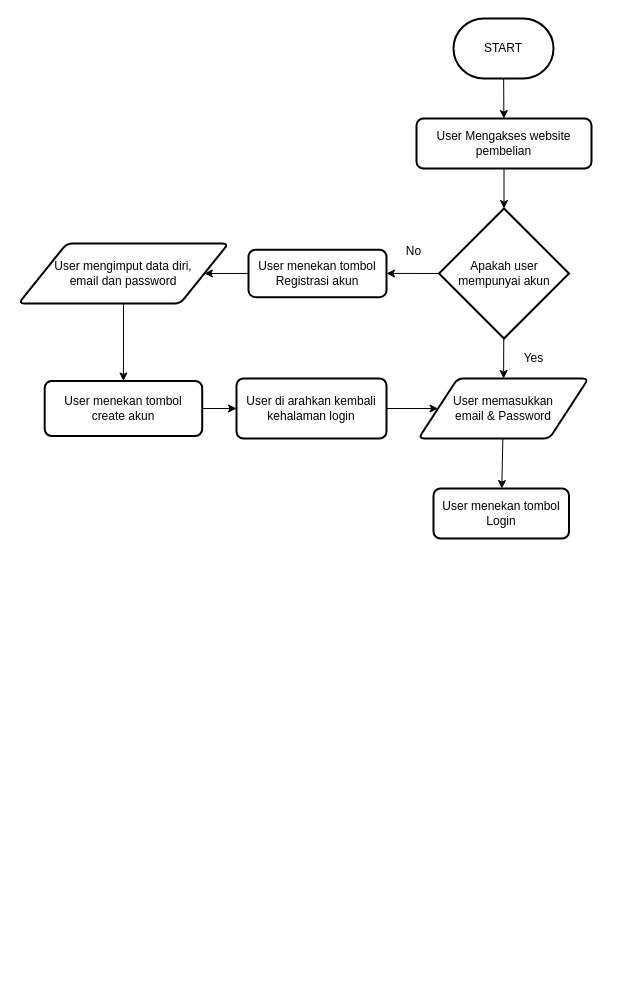
The draw.io diagram flowchart.drawio in bintangmesir/bintang_mesir-proses_order_makanan_online, before the edit. Source tidied: cells renumbered, new cells numbered last; positions are measured from the earlier drawing's top-left corner, leaving out a move shared by most shapes. Both pictures are drawn from the tidied source at 100%, with x=0, y=0 at pixel (18, 18).
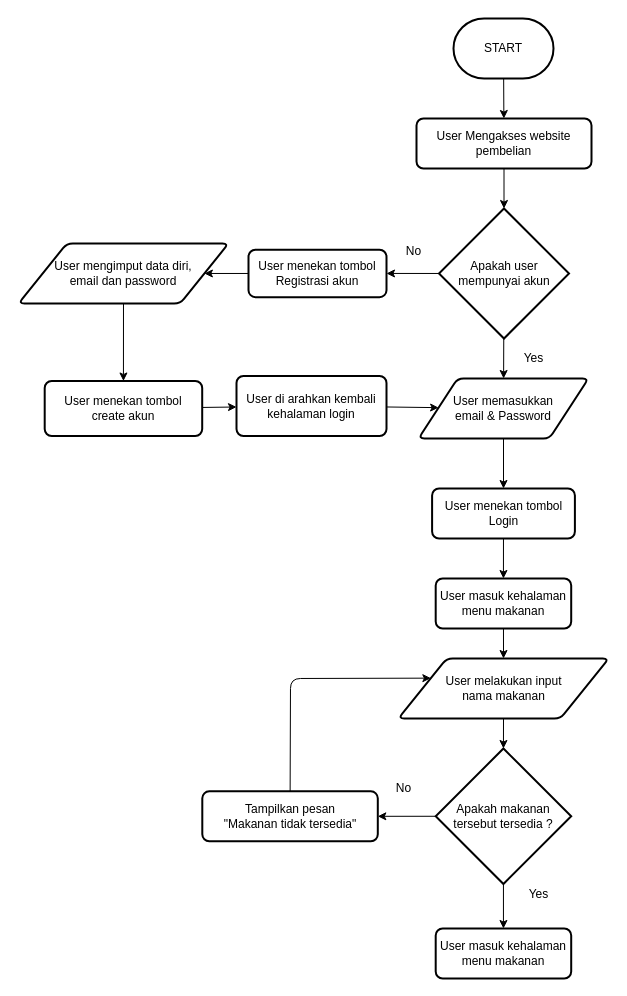
After the change.

Commit message:
add if condition for input food name on flowchart.drawio file

Diff of the diagram source:
```diff
@@
+    <mxCell id="22" style="edgeStyle=none;html=1;entryX=0.5;entryY=0;entryDx=0;entryDy=0;" parent="1" edge="1" source="15" target="24">
+      <mxGeometry relative="1" as="geometry" />
+    </mxCell>
     <mxCell id="15" value="User menekan tombol Login" style="rounded=1;whiteSpace=wrap;html=1;absoluteArcSize=1;arcSize=14;strokeWidth=2;" parent="1" vertex="1">
-      <mxGeometry x="415" y="470" width="135.5" height="50" as="geometry" />
+      <mxGeometry x="413.6" y="470" width="142.8" height="50" as="geometry" />
     </mxCell>
@@
     <mxCell id="21" value="&lt;span&gt;User di arahkan kembali kehalaman login&lt;/span&gt;" style="rounded=1;whiteSpace=wrap;html=1;absoluteArcSize=1;arcSize=14;strokeWidth=2;" parent="1" vertex="1">
-      <mxGeometry x="218" y="360" width="150" height="60" as="geometry" />
+      <mxGeometry x="218" y="357.5" width="150" height="60" as="geometry" />
     </mxCell>
+    <mxCell id="23" style="edgeStyle=none;html=1;" parent="1" edge="1" source="24" target="26">
+      <mxGeometry relative="1" as="geometry" />
+    </mxCell>
+    <mxCell id="24" value="User masuk kehalaman menu makanan" style="rounded=1;whiteSpace=wrap;html=1;absoluteArcSize=1;arcSize=14;strokeWidth=2;" parent="1" vertex="1">
+      <mxGeometry x="417.2" y="560" width="135.5" height="50" as="geometry" />
+    </mxCell>
+    <mxCell id="25" style="edgeStyle=none;html=1;entryX=0.5;entryY=0;entryDx=0;entryDy=0;entryPerimeter=0;" parent="1" edge="1" source="26" target="29">
+      <mxGeometry relative="1" as="geometry" />
+    </mxCell>
+    <mxCell id="26" value="User melakukan input &lt;br&gt;nama makanan" style="shape=parallelogram;html=1;strokeWidth=2;perimeter=parallelogramPerimeter;whiteSpace=wrap;rounded=1;arcSize=12;size=0.23;" parent="1" vertex="1">
+      <mxGeometry x="379.8" y="640" width="210.5" height="60" as="geometry" />
+    </mxCell>
+    <mxCell id="27" style="edgeStyle=none;html=1;" parent="1" edge="1" source="29" target="30">
+      <mxGeometry relative="1" as="geometry" />
+    </mxCell>
+    <mxCell id="28" style="edgeStyle=none;html=1;entryX=1;entryY=0.5;entryDx=0;entryDy=0;" parent="1" edge="1" source="29" target="32">
+      <mxGeometry relative="1" as="geometry" />
+    </mxCell>
+    <mxCell id="29" value="Apakah makanan&lt;br&gt;tersebut tersedia ?" style="strokeWidth=2;html=1;shape=mxgraph.flowchart.decision;whiteSpace=wrap;" parent="1" vertex="1">
+      <mxGeometry x="417.2" y="730" width="135.5" height="135.5" as="geometry" />
+    </mxCell>
+    <mxCell id="30" value="User masuk kehalaman menu makanan" style="rounded=1;whiteSpace=wrap;html=1;absoluteArcSize=1;arcSize=14;strokeWidth=2;" parent="1" vertex="1">
+      <mxGeometry x="417.2" y="910" width="135.5" height="50" as="geometry" />
+    </mxCell>
+    <mxCell id="31" style="edgeStyle=none;html=1;entryX=0;entryY=0.25;entryDx=0;entryDy=0;" parent="1" edge="1" source="32" target="26">
+      <mxGeometry relative="1" as="geometry">
+        <Array as="points">
+          <mxPoint x="272" y="660" />
+        </Array>
+      </mxGeometry>
+    </mxCell>
+    <mxCell id="32" value="Tampilkan pesan&lt;br&gt;&quot;Makanan tidak tersedia&quot;" style="rounded=1;whiteSpace=wrap;html=1;absoluteArcSize=1;arcSize=14;strokeWidth=2;" parent="1" vertex="1">
+      <mxGeometry x="183.8" y="772.8" width="175.5" height="50" as="geometry" />
+    </mxCell>
+    <mxCell id="33" value="No" style="text;html=1;align=center;verticalAlign=middle;strokeColor=none;fillColor=none;" parent="1" vertex="1">
+      <mxGeometry x="370" y="760" width="30" height="20" as="geometry" />
+    </mxCell>
+    <mxCell id="34" value="Yes" style="text;html=1;align=center;verticalAlign=middle;strokeColor=none;fillColor=none;" parent="1" vertex="1">
+      <mxGeometry x="500" y="865.5" width="40" height="20" as="geometry" />
+    </mxCell>
```
